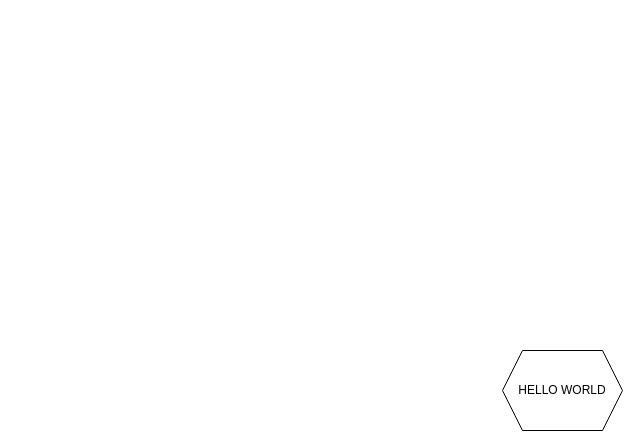
Above: aBlank.drawio in zhangyang1103/selfTeaching (draw.io), before the change. Source tidied: cells renumbered, new cells numbered last; positions are measured from the earlier drawing's top-left corner, leaving out a move shared by most shapes. Both pictures are drawn from the tidied source at 100%, with x=0, y=0 at pixel (502, 350).
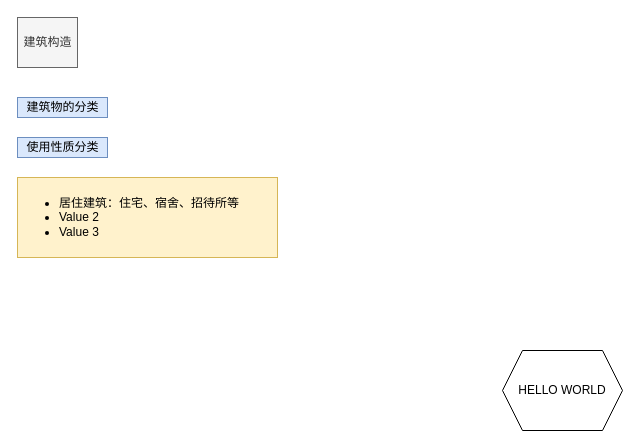
Above is the later version.

Change to the diagram source:
```diff
@@
 <mxGraphModel>
   <root>
     <mxCell id="0" />
     <mxCell id="1" parent="0" />
     <mxCell id="2" value="HELLO WORLD" style="shape=hexagon;perimeter=hexagonPerimeter2;whiteSpace=wrap;html=1;fixedSize=1;" parent="1" vertex="1">
       <mxGeometry width="120" height="80" as="geometry" />
     </mxCell>
+    <mxCell id="3" value="&lt;br&gt;&lt;div&gt;建筑构造&lt;/div&gt;&lt;div&gt;&lt;br&gt;&lt;/div&gt;" style="text;html=1;align=center;verticalAlign=middle;fillColor=#f5f5f5;strokeColor=#666666;fontColor=#333333;" parent="1" vertex="1">
+      <mxGeometry x="-485" y="-333" width="60" height="50" as="geometry" />
+    </mxCell>
+    <mxCell id="4" value="建筑物的分类" style="text;html=1;align=center;verticalAlign=middle;fillColor=#dae8fc;strokeColor=#6c8ebf;" parent="1" vertex="1">
+      <mxGeometry x="-485" y="-253" width="90" height="20" as="geometry" />
+    </mxCell>
+    <mxCell id="5" value="使用性质分类" style="text;html=1;align=center;verticalAlign=middle;fillColor=#dae8fc;strokeColor=#6c8ebf;" parent="1" vertex="1">
+      <mxGeometry x="-485" y="-213" width="90" height="20" as="geometry" />
+    </mxCell>
+    <mxCell id="6" value="&lt;ul&gt;&lt;li&gt;居住建筑：住宅、宿舍、招待所等&lt;/li&gt;&lt;li&gt;Value 2&lt;/li&gt;&lt;li&gt;Value 3&lt;/li&gt;&lt;/ul&gt;" style="text;strokeColor=#d6b656;fillColor=#fff2cc;html=1;whiteSpace=wrap;verticalAlign=middle;overflow=hidden;" parent="1" vertex="1">
+      <mxGeometry x="-485" y="-173" width="260" height="80" as="geometry" />
+    </mxCell>
   </root>
 </mxGraphModel>
```
